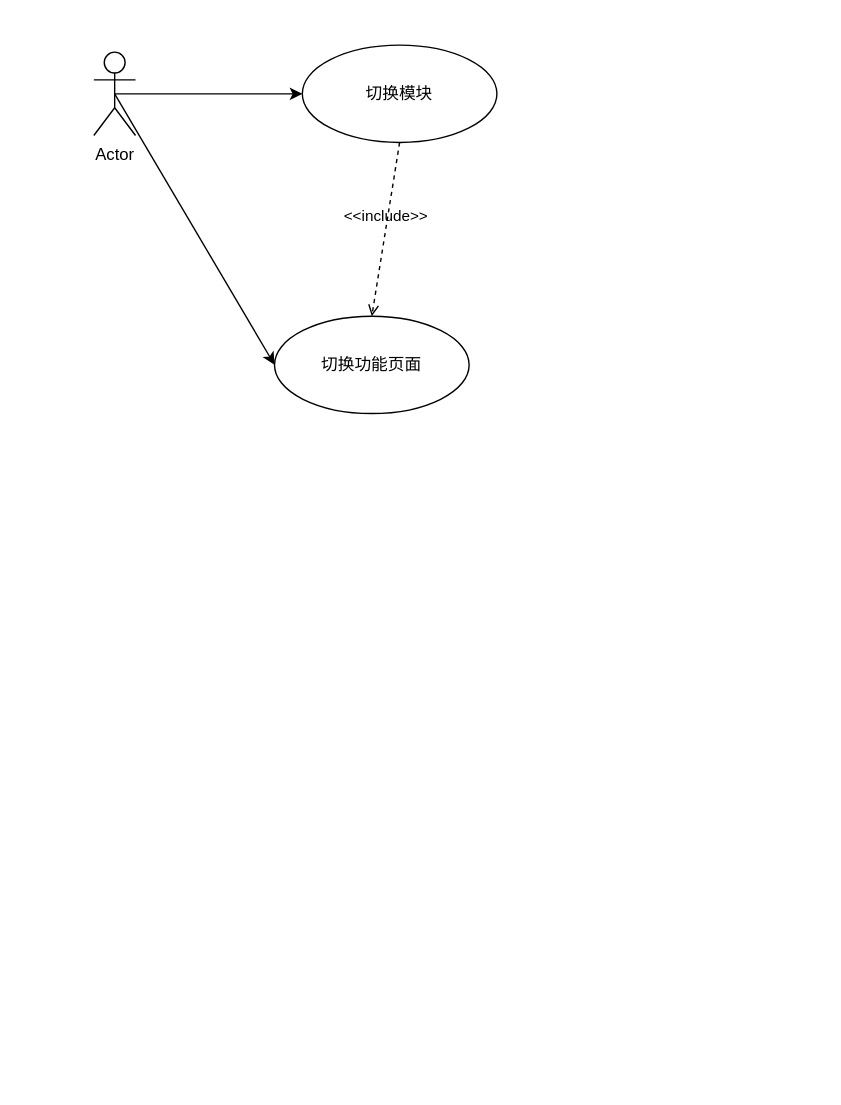
Earlier version of the draw.io diagram 用例图.drawio.xml (chenminchn/UML). Source tidied: cells renumbered, new cells numbered last; positions are measured from the earlier drawing's top-left corner, leaving out a move shared by most shapes. Both pictures are drawn from the tidied source at 139%, with x=0, y=0 at pixel (93, 44).
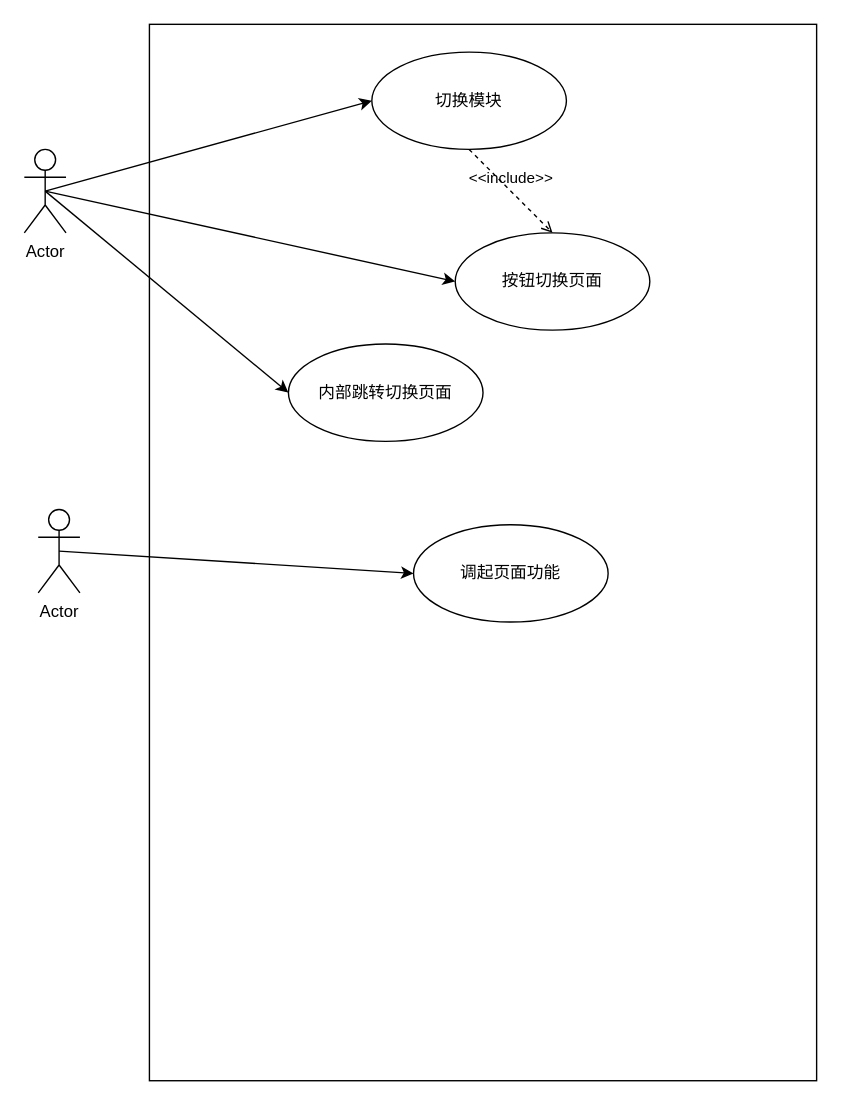
Above is the later version.

What changed in the source:
```diff
@@
 <mxGraphModel>
   <root>
     <mxCell id="0" />
     <mxCell id="1" parent="0" />
+    <mxCell id="8" style="rounded=0;whiteSpace=wrap;html=1;" parent="1" vertex="1">
+      <mxGeometry x="40" y="-15" width="480" height="760" as="geometry" />
+    </mxCell>
     <mxCell id="2" style="rounded=0;jettySize=auto;html=1;exitX=0.5;exitY=0.5;exitDx=0;exitDy=0;exitPerimeter=0;entryX=0;entryY=0.5;entryDx=0;entryDy=0;" parent="1" edge="1" source="4" target="5">
       <mxGeometry relative="1" as="geometry" />
     </mxCell>
     <mxCell id="3" style="rounded=0;jettySize=auto;html=1;exitX=0.5;exitY=0.5;exitDx=0;exitDy=0;exitPerimeter=0;entryX=0;entryY=0.5;entryDx=0;entryDy=0;" parent="1" edge="1" source="4" target="6">
       <mxGeometry relative="1" as="geometry" />
     </mxCell>
+    <mxCell id="9" style="edgeStyle=none;rounded=0;jettySize=auto;html=1;exitX=0.5;exitY=0.5;exitDx=0;exitDy=0;exitPerimeter=0;entryX=0;entryY=0.5;entryDx=0;entryDy=0;" parent="1" edge="1" source="4" target="13">
+      <mxGeometry relative="1" as="geometry" />
+    </mxCell>
     <mxCell id="4" value="Actor" style="shape=umlActor;verticalLabelPosition=bottom;labelBackgroundColor=#ffffff;verticalAlign=top;html=1;" parent="1" vertex="1">
-      <mxGeometry y="5" width="30" height="60" as="geometry" />
+      <mxGeometry x="-50" y="75" width="30" height="60" as="geometry" />
     </mxCell>
     <mxCell id="5" value="切换模块" style="ellipse;whiteSpace=wrap;html=1;" parent="1" vertex="1">
-      <mxGeometry x="150" width="140" height="70" as="geometry" />
+      <mxGeometry x="200" y="5" width="140" height="70" as="geometry" />
     </mxCell>
-    <mxCell id="6" value="切换功能页面" style="ellipse;whiteSpace=wrap;html=1;" parent="1" vertex="1">
-      <mxGeometry x="130" y="195" width="140" height="70" as="geometry" />
+    <mxCell id="6" value="按钮切换页面" style="ellipse;whiteSpace=wrap;html=1;" parent="1" vertex="1">
+      <mxGeometry x="260" y="135" width="140" height="70" as="geometry" />
     </mxCell>
     <mxCell id="7" value="&amp;lt;&amp;lt;include&amp;gt;&amp;gt;" style="edgeStyle=none;html=1;endArrow=open;verticalAlign=bottom;dashed=1;labelBackgroundColor=none;exitX=0.5;exitY=1;exitDx=0;exitDy=0;entryX=0.5;entryY=0;entryDx=0;entryDy=0;" parent="1" edge="1" source="5" target="6">
       <mxGeometry relative="1" as="geometry" />
     </mxCell>
+    <mxCell id="10" style="rounded=0;jettySize=auto;html=1;exitX=0.5;exitY=0.5;exitDx=0;exitDy=0;exitPerimeter=0;entryX=0;entryY=0.5;entryDx=0;entryDy=0;" parent="1" edge="1" source="11" target="12">
+      <mxGeometry relative="1" as="geometry" />
+    </mxCell>
+    <mxCell id="11" value="Actor" style="shape=umlActor;verticalLabelPosition=bottom;labelBackgroundColor=#ffffff;verticalAlign=top;html=1;" parent="1" vertex="1">
+      <mxGeometry x="-40" y="334" width="30" height="60" as="geometry" />
+    </mxCell>
+    <mxCell id="12" value="调起页面功能" style="ellipse;whiteSpace=wrap;html=1;" parent="1" vertex="1">
+      <mxGeometry x="230" y="345" width="140" height="70" as="geometry" />
+    </mxCell>
+    <mxCell id="13" value="内部跳转切换页面" style="ellipse;whiteSpace=wrap;html=1;" parent="1" vertex="1">
+      <mxGeometry x="140" y="215" width="140" height="70" as="geometry" />
+    </mxCell>
   </root>
 </mxGraphModel>
```
